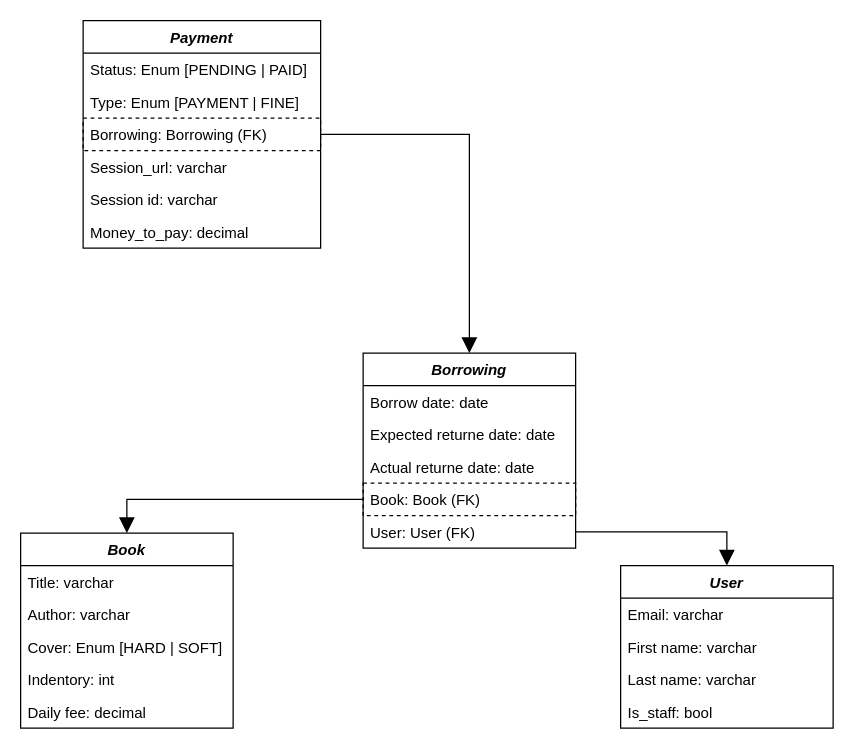
AlexGrytsai/CityLibraryServiceAPI keeps this draw.io diagram as db_shcema.drawio. Above is the earlier version. Source tidied: cells renumbered, new cells numbered last; positions are measured from the earlier drawing's top-left corner, leaving out a move shared by most shapes. Both pictures are drawn from the tidied source at 125%, with x=0, y=0 at pixel (20, 20).
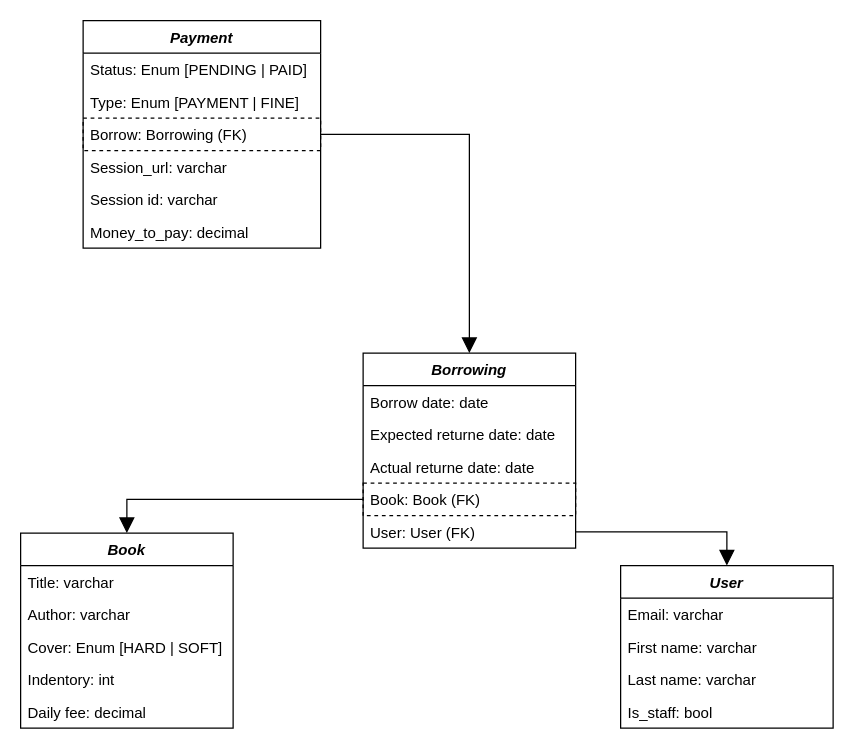
The same diagram, later.

Commit message:
changed the field name for borrow in db_schema

The change refers to these unchanged cells:
```xml
<mxCell id="21" value="Payment" style="swimlane;fontStyle=3;align=center;verticalAlign=top;horizontal=1;startSize=26;rounded=0;shadow=0;strokeWidth=1;" parent="1" vertex="1">
  <mxGeometry x="50" width="190" height="182" as="geometry" />
</mxCell>
```

What changed in the source:
```diff
@@
-    <mxCell id="24" value="Borrowing: Borrowing (FK)" style="text;align=left;verticalAlign=top;spacingLeft=4;spacingRight=4;overflow=hidden;points=[[0,0.5],[1,0.5]];portConstraint=eastwest;rounded=0;shadow=0;html=0;strokeColor=default;dashed=1;" parent="21" vertex="1">
+    <mxCell id="24" value="Borrow: Borrowing (FK)" style="text;align=left;verticalAlign=top;spacingLeft=4;spacingRight=4;overflow=hidden;points=[[0,0.5],[1,0.5]];portConstraint=eastwest;rounded=0;shadow=0;html=0;strokeColor=default;dashed=1;" parent="21" vertex="1">
       <mxGeometry y="78" width="190" height="26" as="geometry" />
     </mxCell>
```
